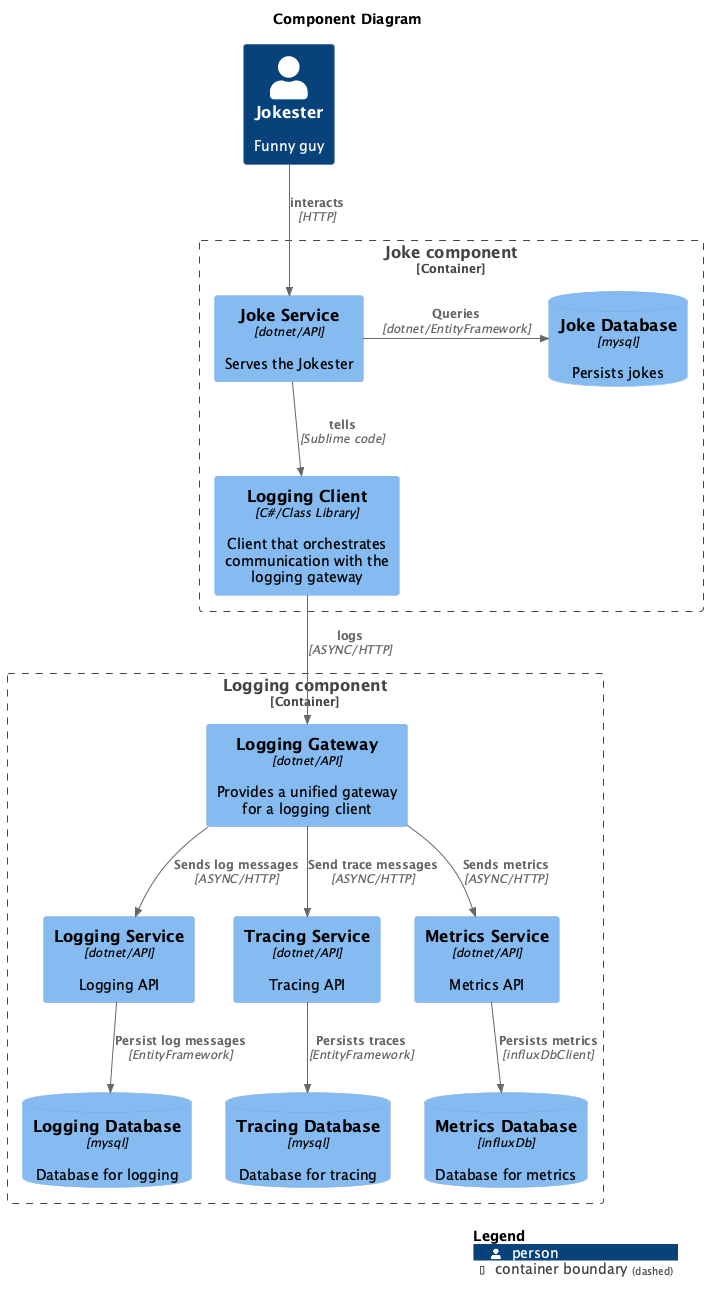
Earlier version of the PlantUML export documentation/images/C4_Component.png (BjoernGoettler/DLS_compulsory_assignment01).
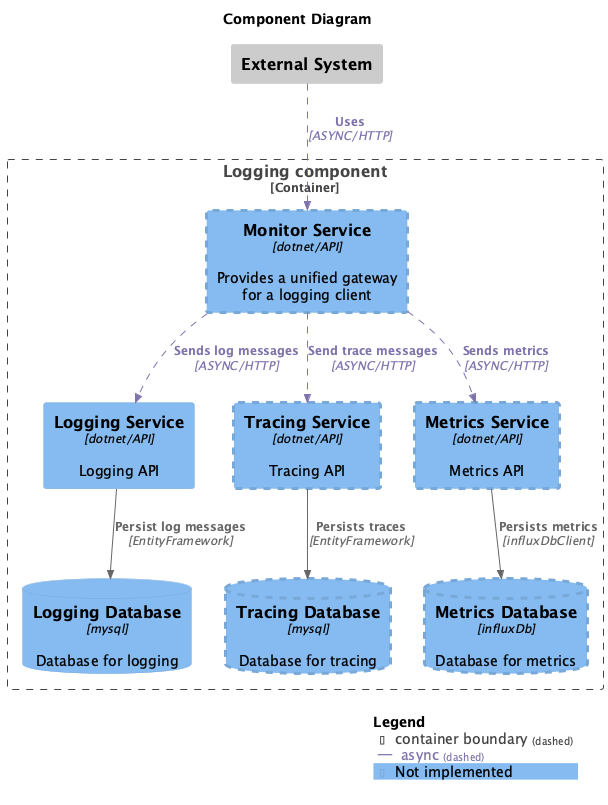
After the change.

Change to the diagram source:
```diff
@@ -1,29 +1,41 @@
 @startuml C4_Component
 !include https://raw.githubusercontent.com/plantuml-stdlib/C4-PlantUML/master/C4_Component.puml
 !include <C4/C4_Container.puml>
+
+!$COLOR_A_5 = "#7f3b08"
+!$COLOR_A_4 = "#b35806"
+!$COLOR_A_3 = "#e08214"
+!$COLOR_A_2 = "#fdb863"
+!$COLOR_A_1 = "#fee0b6"
+!$COLOR_NEUTRAL = "#f7f7f7"
+!$COLOR_B_1 = "#d8daeb"
+!$COLOR_B_2 = "#b2abd2"
+!$COLOR_B_3 = "#8073ac"
+!$COLOR_B_4 = "#542788"
+!$COLOR_B_5 = "#2d004b"
+!$COLOR_REL_LINE = "#8073ac"
+!$COLOR_REL_TEXT = "#8073ac"
+
+
 title Component Diagram
-Person(user, "Jokester", "Funny guy")
-Container_Boundary(jokeContainer, "Joke component") {
-    Component(jokeservice, "Joke Service", $techn=dotnet/API, $descr="Serves the Jokester")
-    ComponentDb(jokedb, "Joke Database", $techn=mysql, $descr="Persists jokes")
-    Component(loggingClient, "Logging Client", $techn="C#/Class Library", $descr="Client that orchestrates communication with the logging gateway")
+AddRelTag("async", $textColor=$COLOR_REL_TEXT, $lineColor=$COLOR_REL_LINE, $lineStyle = DashedLine())
+AddComponentTag(notimplemented, $borderThickness=3, $borderStyle=DashedLine(), $legendText="Not implemented")
+
+Component_Ext(external, "External System")
+Container_Boundary(loggingContainer, "Logging component") {
+    Component(monitorservice, "Monitor Service", $techn=dotnet/API, $descr="Provides a unified gateway for a logging client", $tags=notimplemented)
+    Component(loggingService, "Logging Service", $techn=dotnet/API, $descr="Logging API")
+    Component(tracingService, "Tracing Service", $techn=dotnet/API, $descr="Tracing API", $tags=notimplemented)
+    Component(metricsService, "Metrics Service", $techn=dotnet/API, $descr="Metrics API", $tags=notimplemented)
+    ComponentDb(loggingdb, "Logging Database", $techn=mysql, $descr="Database for logging")
+    ComponentDb(tracingdb, "Tracing Database", $techn=mysql, $descr="Database for tracing", $tags=notimplemented)
+    ComponentDb(metricsdb, "Metrics Database", $techn=influxDb, $descr="Database for metrics", $tags=notimplemented)
 }
-Container_Boundary(loggingContainer, "Logging component") {
-    Component(loggingGateway, "Logging Gateway", $techn=dotnet/API, $descr="Provides a unified gateway for a logging client")
-    Component(loggingService, "Logging Service", $techn=dotnet/API, $descr="Logging API")
-    Component(tracingService, "Tracing Service", $techn=dotnet/API, $descr="Tracing API")
-    Component(metricsService, "Metrics Service", $techn=dotnet/API, $descr="Metrics API")
-    ComponentDb(loggingdb, "Logging Database", $techn=mysql, $descr="Database for logging")
-    ComponentDb(tracingdb, "Tracing Database", $techn=mysql, $descr="Database for tracing")
-    ComponentDb(metricsdb, "Metrics Database", $techn=influxDb, $descr="Database for metrics")
-}
-Rel_D(user, jokeservice, "interacts", "HTTP")
-Rel_D(jokeservice, loggingClient, "tells", "Sublime code")
-Rel_R(jokeservice, jokedb, "Queries","dotnet/EntityFramework")
-Rel_D(loggingClient, loggingGateway, "logs", "ASYNC/HTTP")
-Rel(loggingGateway, loggingService, "Sends log messages", "ASYNC/HTTP")
-Rel(loggingGateway, tracingService, "Send trace messages", "ASYNC/HTTP")
-Rel(loggingGateway, metricsService, "Sends metrics", "ASYNC/HTTP")
+
+Rel(external, monitorservice, "Uses", "ASYNC/HTTP", $tags=async)
+Rel(monitorservice, loggingService, "Sends log messages", "ASYNC/HTTP", $tags=async)
+Rel(monitorservice, tracingService, "Send trace messages", "ASYNC/HTTP", $tags=async)
+Rel(monitorservice, metricsService, "Sends metrics", "ASYNC/HTTP", $tags=async)
 Rel(loggingService, loggingdb, "Persist log messages", "EntityFramework")
 Rel(tracingService, tracingdb, "Persists traces", "EntityFramework")
 Rel(metricsService, metricsdb, "Persists metrics", "influxDbClient")
```
